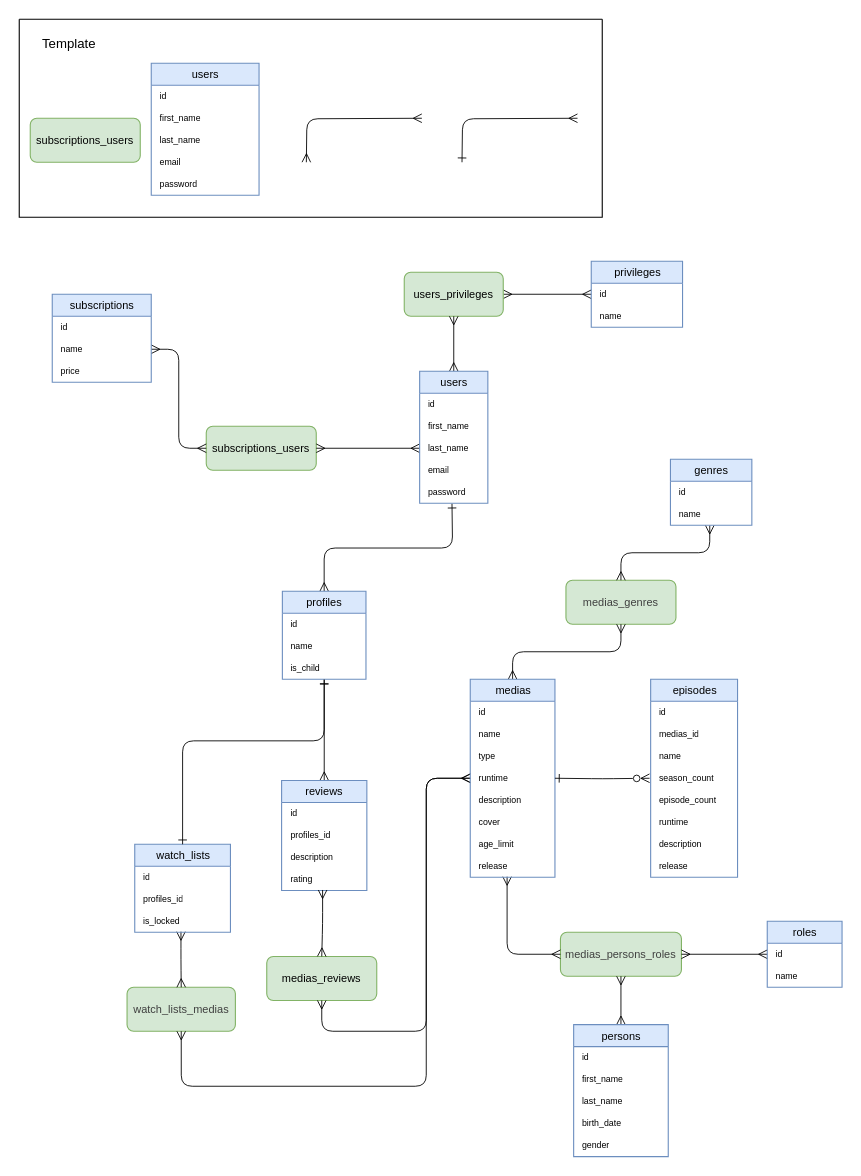
Before: docs/diagrams/logical.drawio in Team-AB-DevOps/ab-dbd25, a draw.io diagram. Source tidied: cells renumbered, new cells numbered last; positions are measured from the earlier drawing's top-left corner, leaving out a move shared by most shapes. Both pictures are drawn from the tidied source at 110%, with x=0, y=0 at pixel (19, 19).
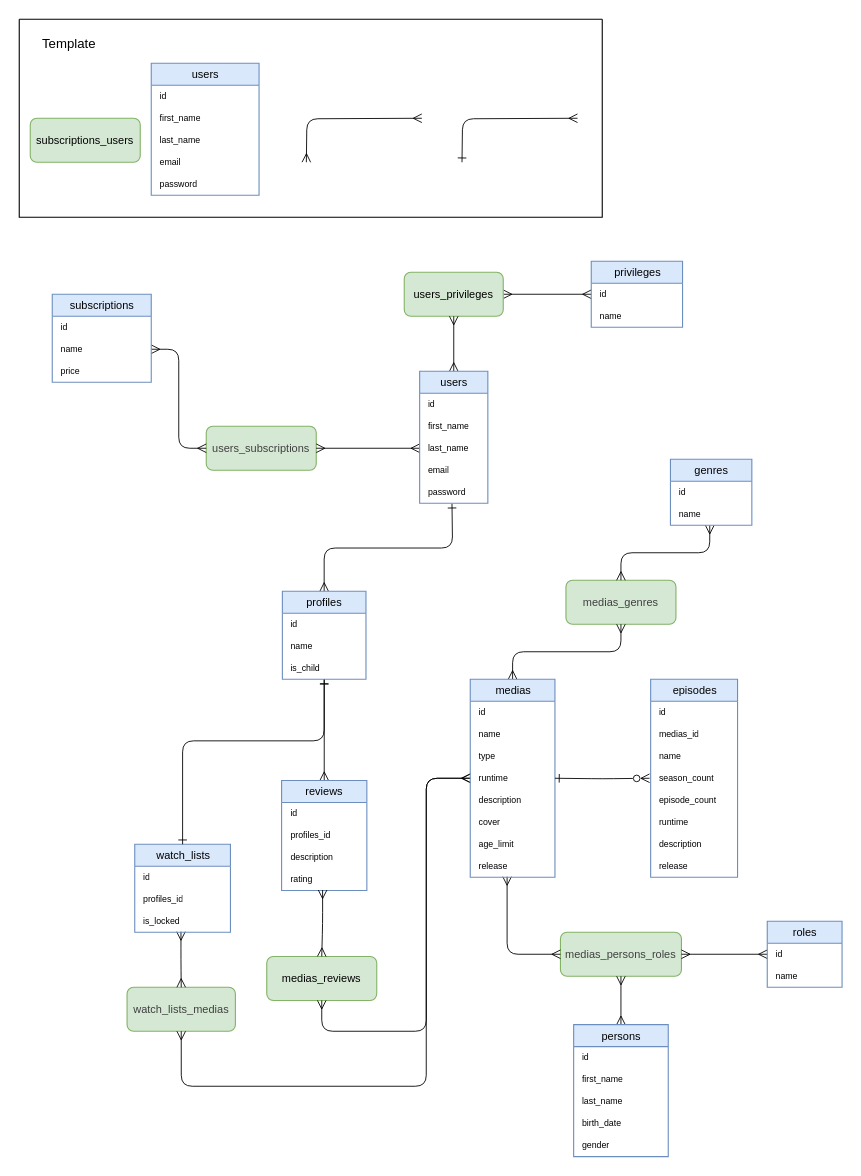
After the change.

What changed in the source:
```diff
@@
-    <mxCell id="5" value="&lt;span style=&quot;color: rgb(0, 0, 0);&quot;&gt;&lt;font style=&quot;font-size: 10px;&quot;&gt;subscriptions_users&lt;/font&gt;&lt;/span&gt;" style="rounded=1;whiteSpace=wrap;html=1;fillColor=#d5e8d4;strokeColor=#82b366;" parent="1" vertex="1">
+    <mxCell id="5" value="&lt;span style=&quot;color: rgb(63, 63, 63); font-size: 10px;&quot;&gt;users_subscriptions&lt;/span&gt;" style="rounded=1;whiteSpace=wrap;html=1;fillColor=#d5e8d4;strokeColor=#82b366;" parent="1" vertex="1">
       <mxGeometry x="170" y="370" width="100" height="40" as="geometry" />
     </mxCell>
```
